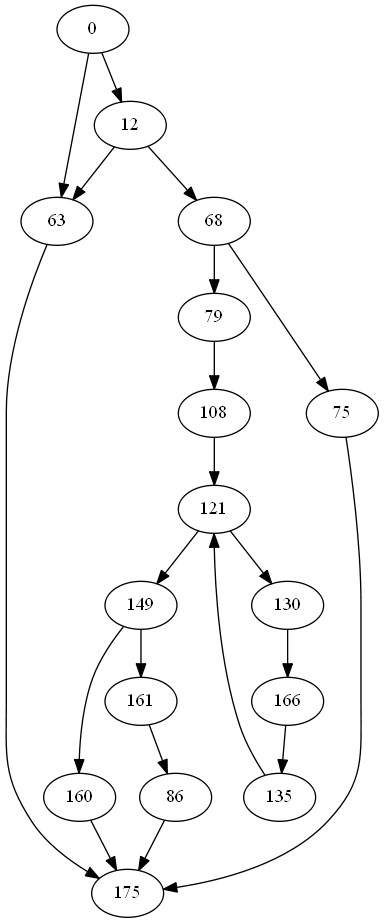
The Graphviz diagram iEvmOpt/Cfg/CfgOutput/test5_graph.png in Michael-LiangAnze/iEvmOpt, before a commit. Its source is kept beside it as iEvmOpt/Cfg/CfgOutput/test5_graph.gv. The source it was exported from:
```dot
digraph {
	0 [label=0]
	12 [label=12]
	63 [label=63]
	68 [label=68]
	75 [label=75]
	79 [label=79]
	86 [label=86]
	108 [label=108]
	121 [label=121]
	130 [label=130]
	135 [label=135]
	149 [label=149]
	160 [label=160]
	161 [label=161]
	166 [label=166]
	175 [label=175]
	0 -> 12
	0 -> 63
	12 -> 68
	12 -> 63
	63 -> 175
	68 -> 75
	68 -> 79
	75 -> 175
	79 -> 108
	86 -> 175
	108 -> 121
	121 -> 130
	121 -> 149
	130 -> 166
	135 -> 121
	149 -> 160
	149 -> 161
	160 -> 175
	161 -> 86
	166 -> 135
}
```
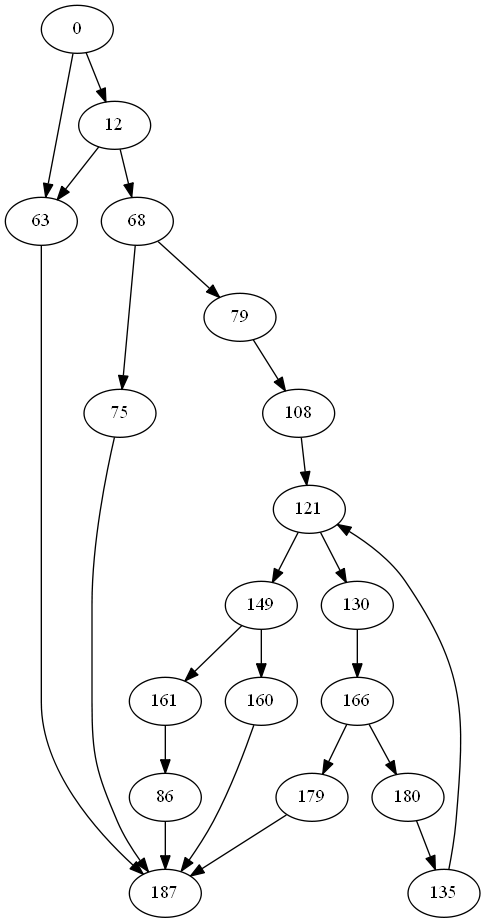
After the change.

What changed in the source:
```diff
@@ -14,17 +14,19 @@
 	160 [label=160]
 	161 [label=161]
 	166 [label=166]
-	175 [label=175]
+	179 [label=179]
+	180 [label=180]
+	187 [label=187]
 	0 -> 12
 	0 -> 63
 	12 -> 68
 	12 -> 63
-	63 -> 175
+	63 -> 187
 	68 -> 75
 	68 -> 79
-	75 -> 175
+	75 -> 187
 	79 -> 108
-	86 -> 175
+	86 -> 187
 	108 -> 121
 	121 -> 130
 	121 -> 149
@@ -32,7 +34,10 @@
 	135 -> 121
 	149 -> 160
 	149 -> 161
-	160 -> 175
+	160 -> 187
 	161 -> 86
-	166 -> 135
+	166 -> 179
+	166 -> 180
+	179 -> 187
+	180 -> 135
 }
```
